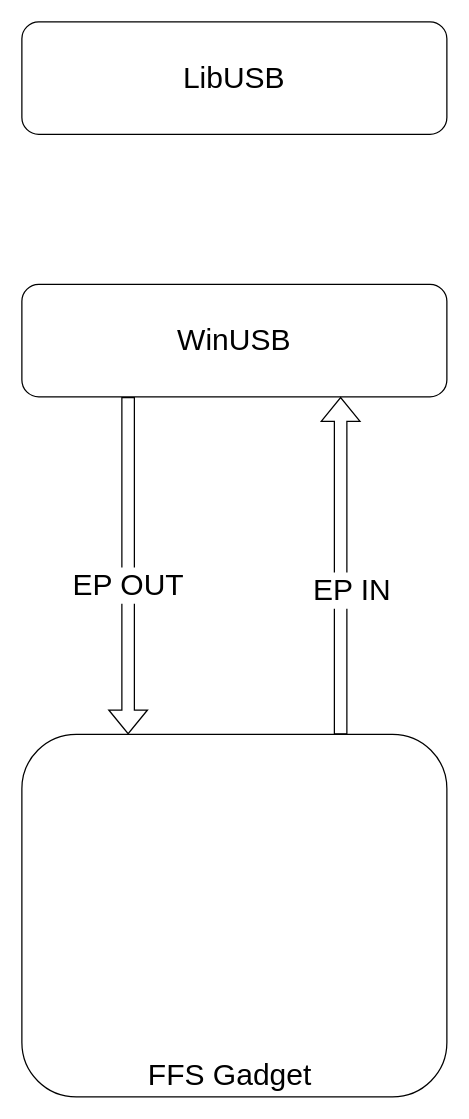
joliet0l/Diagram keeps this draw.io diagram as xc01 usb.drawio. Above is the earlier version. Source tidied: cells renumbered, new cells numbered last; positions are measured from the earlier drawing's top-left corner, leaving out a move shared by most shapes. Both pictures are drawn from the tidied source at 125%, with x=0, y=0 at pixel (21, 21).
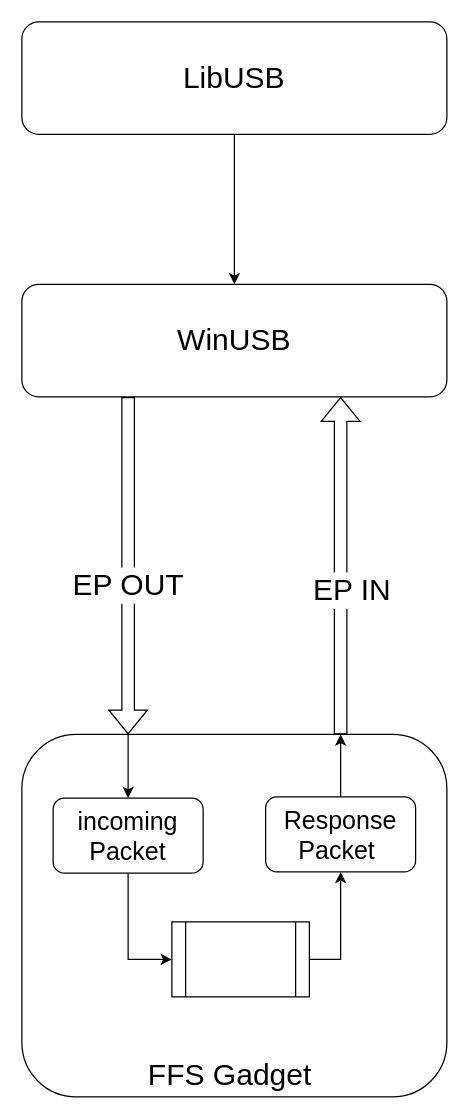
The same page after the edit.

Diff of the diagram source:
```diff
@@
 <mxGraphModel>
   <root>
     <mxCell id="0" />
     <mxCell id="1" parent="0" />
     <mxCell id="2" value="FFS Gadget&amp;nbsp;" style="rounded=1;whiteSpace=wrap;html=1;fontSize=24;labelPosition=center;verticalLabelPosition=middle;align=center;verticalAlign=bottom;" parent="1" vertex="1">
       <mxGeometry y="570" width="340" height="290" as="geometry" />
     </mxCell>
+    <mxCell id="9" style="edgeStyle=orthogonalEdgeStyle;rounded=0;jettySize=auto;html=1;" parent="1" edge="1" source="3" target="4">
+      <mxGeometry relative="1" as="geometry" />
+    </mxCell>
     <mxCell id="3" value="LibUSB" style="rounded=1;whiteSpace=wrap;html=1;fontSize=24;" parent="1" vertex="1">
       <mxGeometry width="340" height="90" as="geometry" />
     </mxCell>
     <mxCell id="4" value="WinUSB" style="rounded=1;whiteSpace=wrap;html=1;fontSize=24;" parent="1" vertex="1">
       <mxGeometry y="210" width="340" height="90" as="geometry" />
     </mxCell>
     <mxCell id="5" style="shape=flexArrow;endArrow=classic;html=1;rounded=0;exitX=0.25;exitY=1;exitDx=0;exitDy=0;fontSize=19;entryX=0.25;entryY=0;entryDx=0;entryDy=0;" parent="1" edge="1" source="4" target="2">
       <mxGeometry relative="1" as="geometry" />
     </mxCell>
     <mxCell id="6" value="&lt;font style=&quot;font-size: 24px;&quot;&gt;EP OUT&lt;/font&gt;" style="edgeLabel;html=1;align=center;verticalAlign=middle;" parent="5" vertex="1">
       <mxGeometry x="0.11" relative="1" as="geometry" />
     </mxCell>
     <mxCell id="7" style="shape=flexArrow;endArrow=classic;html=1;rounded=0;entryX=0.75;entryY=1;entryDx=0;entryDy=0;exitX=0.75;exitY=0;exitDx=0;exitDy=0;" parent="1" edge="1" source="2" target="4">
       <mxGeometry relative="1" as="geometry" />
     </mxCell>
     <mxCell id="8" value="&lt;font style=&quot;font-size: 24px;&quot;&gt;EP IN&lt;/font&gt;" style="edgeLabel;html=1;align=center;verticalAlign=middle;" parent="7" vertex="1">
       <mxGeometry x="-0.14" y="-8" relative="1" as="geometry" />
     </mxCell>
+    <mxCell id="10" style="edgeStyle=orthogonalEdgeStyle;rounded=0;jettySize=auto;html=1;entryX=0.5;entryY=1;entryDx=0;entryDy=0;exitX=1;exitY=0.5;exitDx=0;exitDy=0;" parent="1" edge="1" source="11" target="14">
+      <mxGeometry relative="1" as="geometry" />
+    </mxCell>
+    <mxCell id="11" style="shape=process;whiteSpace=wrap;html=1;backgroundOutline=1;" parent="1" vertex="1">
+      <mxGeometry x="120" y="720" width="110" height="60" as="geometry" />
+    </mxCell>
+    <mxCell id="12" style="edgeStyle=orthogonalEdgeStyle;rounded=0;jettySize=auto;html=1;entryX=0;entryY=0.5;entryDx=0;entryDy=0;" parent="1" edge="1" source="13" target="11">
+      <mxGeometry relative="1" as="geometry" />
+    </mxCell>
+    <mxCell id="13" value="&lt;div&gt;incoming&lt;/div&gt;&lt;div&gt;Packet&lt;/div&gt;" style="rounded=1;whiteSpace=wrap;html=1;fontSize=20;" parent="1" vertex="1">
+      <mxGeometry x="25" y="621" width="120" height="60" as="geometry" />
+    </mxCell>
+    <mxCell id="14" value="&lt;div&gt;Response&lt;/div&gt;&lt;div&gt;Packet&amp;nbsp;&lt;/div&gt;" style="rounded=1;whiteSpace=wrap;html=1;fontSize=20;" parent="1" vertex="1">
+      <mxGeometry x="195" y="620" width="120" height="60" as="geometry" />
+    </mxCell>
+    <mxCell id="15" style="endArrow=none;html=1;rounded=0;entryX=0.25;entryY=0;entryDx=0;entryDy=0;exitX=0.5;exitY=0;exitDx=0;exitDy=0;startArrow=classic;startFill=1;" parent="1" edge="1" source="13" target="2">
+      <mxGeometry relative="1" as="geometry" />
+    </mxCell>
+    <mxCell id="16" style="endArrow=classic;html=1;rounded=0;entryX=0.75;entryY=0;entryDx=0;entryDy=0;exitX=0.5;exitY=0;exitDx=0;exitDy=0;" parent="1" edge="1" source="14" target="2">
+      <mxGeometry relative="1" as="geometry" />
+    </mxCell>
   </root>
 </mxGraphModel>
```
